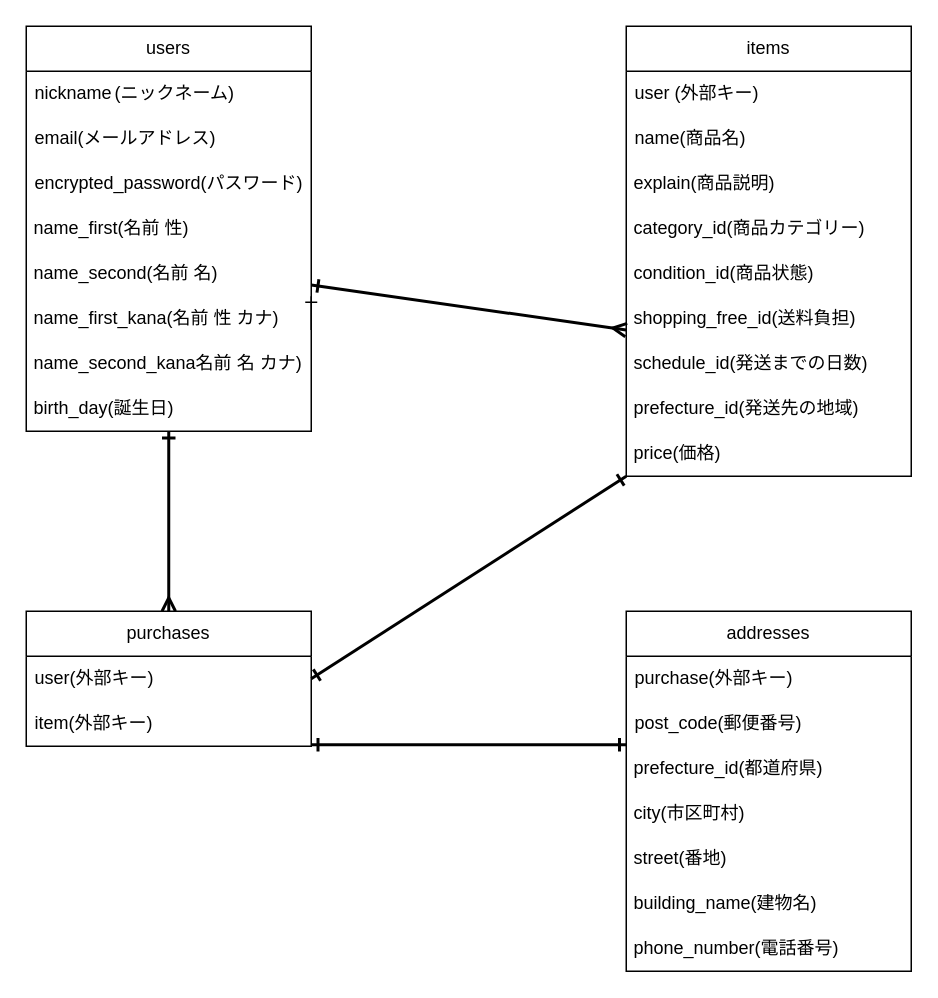
This is furema.dio from ricky1423/furima-40584, a draw.io file, before an edit. Source tidied: cells renumbered, new cells numbered last; positions are measured from the earlier drawing's top-left corner, leaving out a move shared by most shapes. Both pictures are drawn from the tidied source at 150%, with x=0, y=0 at pixel (26, 26).
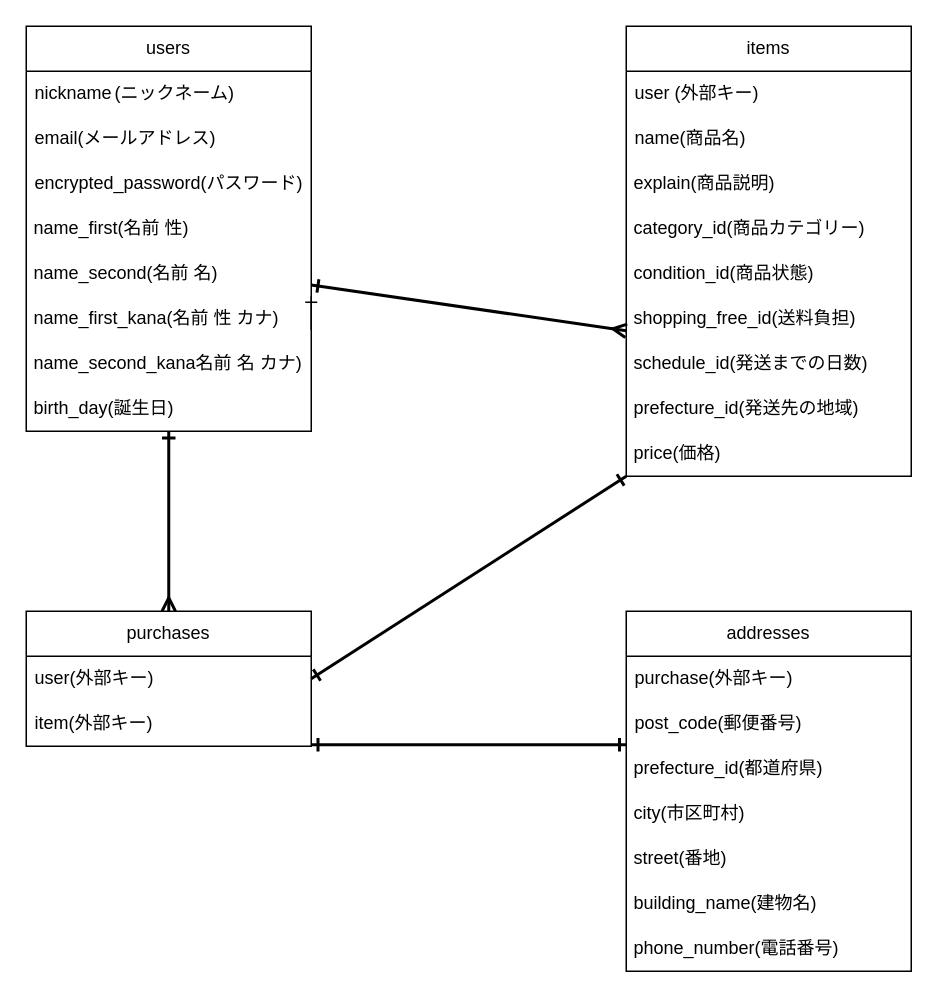
The same diagram, later.

Unchanged cells that the change refers to:
```xml
<mxCell id="7" value="&amp;nbsp;name_second(名前 名)" style="text;html=1;strokeColor=none;fillColor=none;align=left;verticalAlign=middle;whiteSpace=wrap;rounded=0;" parent="2" vertex="1">
  <mxGeometry y="150" width="190" height="30" as="geometry" />
</mxCell>
<mxCell id="18" value="&amp;nbsp;shopping_free_id(送料負担)" style="text;html=1;strokeColor=none;fillColor=none;align=left;verticalAlign=middle;whiteSpace=wrap;rounded=0;" parent="12" vertex="1">
  <mxGeometry y="180" width="190" height="30" as="geometry" />
</mxCell>
```

The edit, as a diff of the source:
```diff
@@
-    <mxCell id="34" style="edgeStyle=none;html=1;exitX=0;exitY=0.75;exitDx=0;exitDy=0;strokeColor=default;startArrow=ERmany;startFill=0;endArrow=ERone;endFill=0;strokeWidth=2;entryX=1;entryY=0.75;entryDx=0;entryDy=0;rounded=0;" parent="1" edge="1" source="18" target="7">
-      <mxGeometry relative="1" as="geometry" />
+    <mxCell id="34" style="edgeStyle=none;html=1;strokeColor=default;startArrow=ERmany;startFill=0;endArrow=ERone;endFill=0;strokeWidth=2;entryX=1;entryY=0.75;entryDx=0;entryDy=0;rounded=0;" parent="1" edge="1" target="7">
+      <mxGeometry relative="1" as="geometry">
+        <mxPoint x="400" y="203" as="sourcePoint" />
+      </mxGeometry>
     </mxCell>
```
